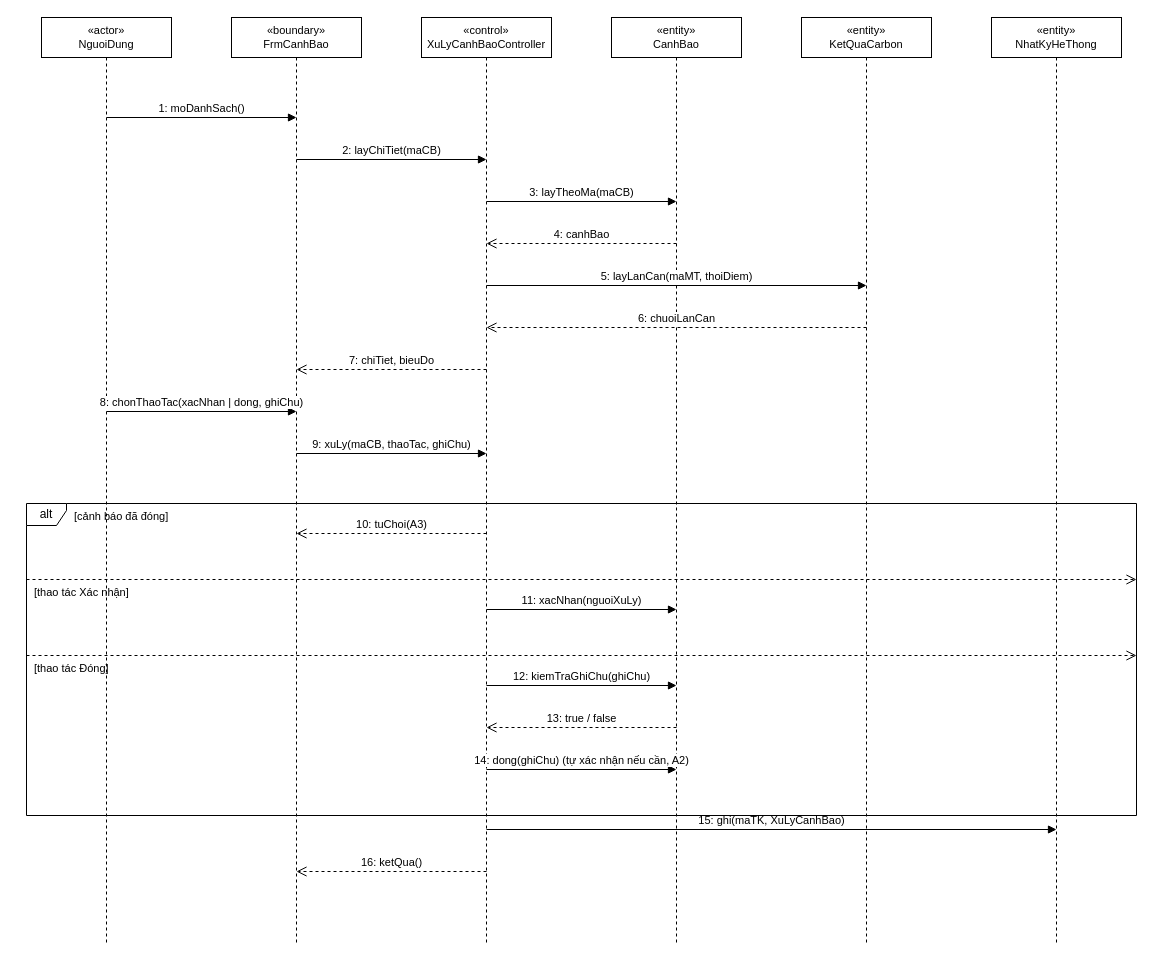
TranThienNhan8279/GreenDash keeps this draw.io diagram as docs/diagrams/03_TuanTu/UC_GD_016_Sequence_XuLyCanhBao.drawio. Above is the earlier version. Source tidied: cells renumbered, new cells numbered last; positions are measured from the earlier drawing's top-left corner, leaving out a move shared by most shapes. Both pictures are drawn from the tidied source at 100%, with x=0, y=0 at pixel (26, 17).
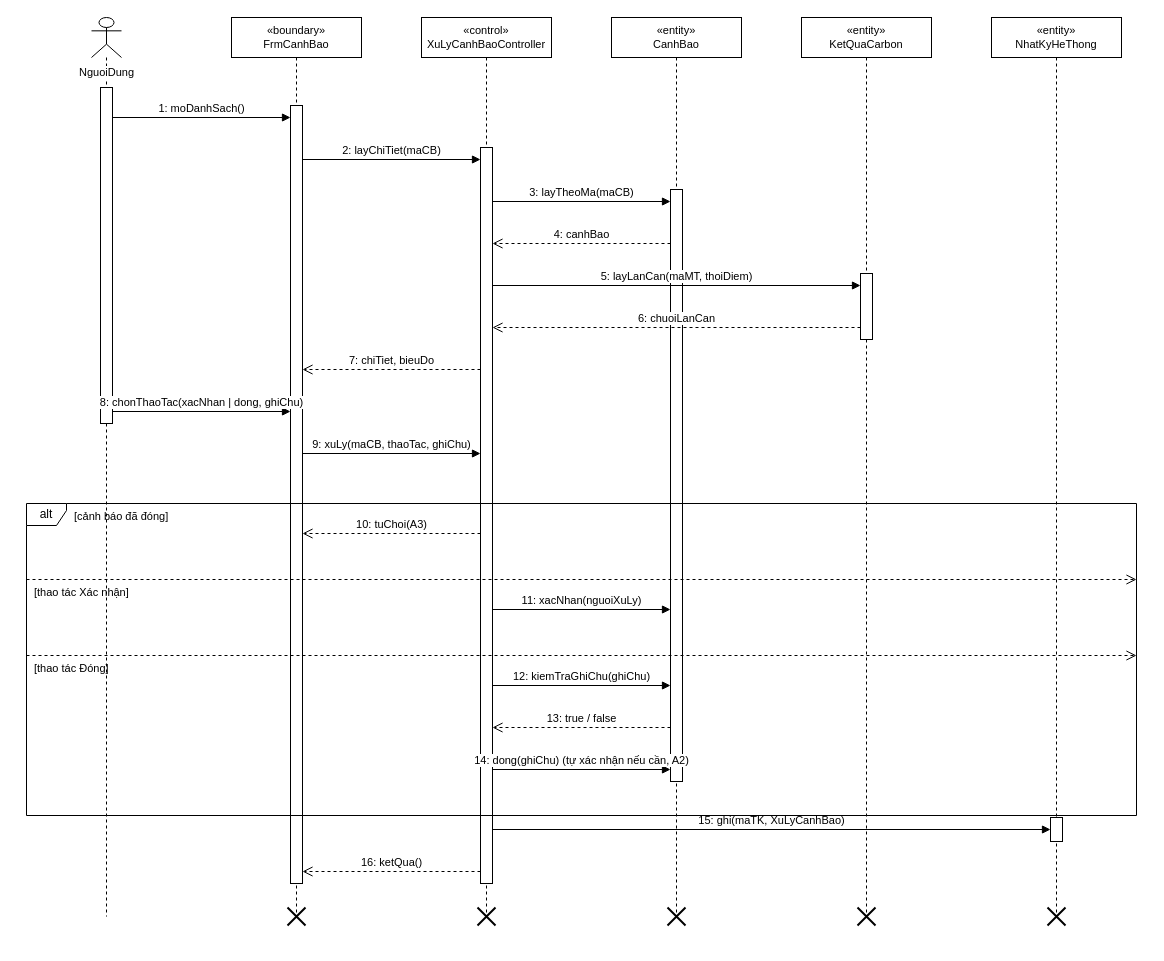
The same diagram, later.

The edit, as a diff of the source:
```diff
@@
-    <mxCell id="2" value="«actor»&lt;br&gt;NguoiDung" style="shape=umlLifeline;perimeter=lifelinePerimeter;whiteSpace=wrap;html=1;fontSize=11;" parent="1" vertex="1">
-      <mxGeometry x="15" width="130" height="926" as="geometry" />
+    <mxCell id="2" value="NguoiDung" style="shape=umlLifeline;participant=umlActor;verticalAlign=top;spacingTop=42;labelBackgroundColor=#ffffff;perimeter=lifelinePerimeter;whiteSpace=nowrap;html=1;fontSize=11;" parent="1" vertex="1">
+      <mxGeometry x="65" width="30" height="899" as="geometry" />
     </mxCell>
     <mxCell id="3" value="«boundary»&lt;br&gt;FrmCanhBao" style="shape=umlLifeline;perimeter=lifelinePerimeter;whiteSpace=wrap;html=1;fontSize=11;" parent="1" vertex="1">
-      <mxGeometry x="205" width="130" height="926" as="geometry" />
+      <mxGeometry x="205" width="130" height="899" as="geometry" />
     </mxCell>
     <mxCell id="4" value="«control»&lt;br&gt;XuLyCanhBaoController" style="shape=umlLifeline;perimeter=lifelinePerimeter;whiteSpace=wrap;html=1;fontSize=11;" parent="1" vertex="1">
-      <mxGeometry x="395" width="130" height="926" as="geometry" />
+      <mxGeometry x="395" width="130" height="899" as="geometry" />
     </mxCell>
     <mxCell id="5" value="«entity»&lt;br&gt;CanhBao" style="shape=umlLifeline;perimeter=lifelinePerimeter;whiteSpace=wrap;html=1;fontSize=11;" parent="1" vertex="1">
-      <mxGeometry x="585" width="130" height="926" as="geometry" />
+      <mxGeometry x="585" width="130" height="899" as="geometry" />
     </mxCell>
     <mxCell id="6" value="«entity»&lt;br&gt;KetQuaCarbon" style="shape=umlLifeline;perimeter=lifelinePerimeter;whiteSpace=wrap;html=1;fontSize=11;" parent="1" vertex="1">
-      <mxGeometry x="775" width="130" height="926" as="geometry" />
+      <mxGeometry x="775" width="130" height="899" as="geometry" />
     </mxCell>
     <mxCell id="7" value="«entity»&lt;br&gt;NhatKyHeThong" style="shape=umlLifeline;perimeter=lifelinePerimeter;whiteSpace=wrap;html=1;fontSize=11;" parent="1" vertex="1">
-      <mxGeometry x="965" width="130" height="926" as="geometry" />
+      <mxGeometry x="965" width="130" height="899" as="geometry" />
     </mxCell>
+    <mxCell id="30" style="html=1;perimeter=orthogonalPerimeter;fillColor=#ffffff;strokeColor=#000000;" parent="1" vertex="1">
+      <mxGeometry x="74" y="70" width="12" height="336" as="geometry" />
+    </mxCell>
+    <mxCell id="31" style="html=1;perimeter=orthogonalPerimeter;fillColor=#ffffff;strokeColor=#000000;" parent="1" vertex="1">
+      <mxGeometry x="264" y="88" width="12" height="778" as="geometry" />
+    </mxCell>
+    <mxCell id="32" style="shape=umlDestroy;html=1;strokeWidth=2;strokeColor=#000000;" parent="1" vertex="1">
+      <mxGeometry x="261" y="890" width="18" height="18" as="geometry" />
+    </mxCell>
+    <mxCell id="33" style="html=1;perimeter=orthogonalPerimeter;fillColor=#ffffff;strokeColor=#000000;" parent="1" vertex="1">
+      <mxGeometry x="454" y="130" width="12" height="736" as="geometry" />
+    </mxCell>
+    <mxCell id="34" style="shape=umlDestroy;html=1;strokeWidth=2;strokeColor=#000000;" parent="1" vertex="1">
+      <mxGeometry x="451" y="890" width="18" height="18" as="geometry" />
+    </mxCell>
+    <mxCell id="35" style="html=1;perimeter=orthogonalPerimeter;fillColor=#ffffff;strokeColor=#000000;" parent="1" vertex="1">
+      <mxGeometry x="644" y="172" width="12" height="592" as="geometry" />
+    </mxCell>
+    <mxCell id="36" style="shape=umlDestroy;html=1;strokeWidth=2;strokeColor=#000000;" parent="1" vertex="1">
+      <mxGeometry x="641" y="890" width="18" height="18" as="geometry" />
+    </mxCell>
+    <mxCell id="37" style="html=1;perimeter=orthogonalPerimeter;fillColor=#ffffff;strokeColor=#000000;" parent="1" vertex="1">
+      <mxGeometry x="834" y="256" width="12" height="66" as="geometry" />
+    </mxCell>
+    <mxCell id="38" style="shape=umlDestroy;html=1;strokeWidth=2;strokeColor=#000000;" parent="1" vertex="1">
+      <mxGeometry x="831" y="890" width="18" height="18" as="geometry" />
+    </mxCell>
+    <mxCell id="39" style="html=1;perimeter=orthogonalPerimeter;fillColor=#ffffff;strokeColor=#000000;" parent="1" vertex="1">
+      <mxGeometry x="1024" y="800" width="12" height="24" as="geometry" />
+    </mxCell>
+    <mxCell id="40" style="shape=umlDestroy;html=1;strokeWidth=2;strokeColor=#000000;" parent="1" vertex="1">
+      <mxGeometry x="1021" y="890" width="18" height="18" as="geometry" />
+    </mxCell>
     <mxCell id="8" value="1: moDanhSach()" style="html=1;verticalAlign=bottom;endArrow=block;endFill=1;" parent="1" edge="1">
       <mxGeometry relative="1" as="geometry">
-        <mxPoint x="80" y="100" as="sourcePoint" />
-        <mxPoint x="270" y="100" as="targetPoint" />
+        <mxPoint x="86" y="100" as="sourcePoint" />
+        <mxPoint x="264" y="100" as="targetPoint" />
       </mxGeometry>
     </mxCell>
     <mxCell id="9" value="2: layChiTiet(maCB)" style="html=1;verticalAlign=bottom;endArrow=block;endFill=1;" parent="1" edge="1">
       <mxGeometry relative="1" as="geometry">
-        <mxPoint x="270" y="142" as="sourcePoint" />
-        <mxPoint x="460" y="142" as="targetPoint" />
+        <mxPoint x="276" y="142" as="sourcePoint" />
+        <mxPoint x="454" y="142" as="targetPoint" />
       </mxGeometry>
     </mxCell>
     <mxCell id="10" value="3: layTheoMa(maCB)" style="html=1;verticalAlign=bottom;endArrow=block;endFill=1;" parent="1" edge="1">
       <mxGeometry relative="1" as="geometry">
-        <mxPoint x="460" y="184" as="sourcePoint" />
-        <mxPoint x="650" y="184" as="targetPoint" />
+        <mxPoint x="466" y="184" as="sourcePoint" />
+        <mxPoint x="644" y="184" as="targetPoint" />
       </mxGeometry>
     </mxCell>
     <mxCell id="11" value="4: canhBao" style="html=1;verticalAlign=bottom;endArrow=open;endSize=8;dashed=1;" parent="1" edge="1">
       <mxGeometry relative="1" as="geometry">
-        <mxPoint x="650" y="226" as="sourcePoint" />
-        <mxPoint x="460" y="226" as="targetPoint" />
+        <mxPoint x="644" y="226" as="sourcePoint" />
+        <mxPoint x="466" y="226" as="targetPoint" />
       </mxGeometry>
     </mxCell>
     <mxCell id="12" value="5: layLanCan(maMT, thoiDiem)" style="html=1;verticalAlign=bottom;endArrow=block;endFill=1;" parent="1" edge="1">
       <mxGeometry relative="1" as="geometry">
-        <mxPoint x="460" y="268" as="sourcePoint" />
-        <mxPoint x="840" y="268" as="targetPoint" />
+        <mxPoint x="466" y="268" as="sourcePoint" />
+        <mxPoint x="834" y="268" as="targetPoint" />
       </mxGeometry>
     </mxCell>
     <mxCell id="13" value="6: chuoiLanCan" style="html=1;verticalAlign=bottom;endArrow=open;endSize=8;dashed=1;" parent="1" edge="1">
       <mxGeometry relative="1" as="geometry">
-        <mxPoint x="840" y="310" as="sourcePoint" />
-        <mxPoint x="460" y="310" as="targetPoint" />
+        <mxPoint x="834" y="310" as="sourcePoint" />
+        <mxPoint x="466" y="310" as="targetPoint" />
       </mxGeometry>
     </mxCell>
     <mxCell id="14" value="7: chiTiet, bieuDo" style="html=1;verticalAlign=bottom;endArrow=open;endSize=8;dashed=1;" parent="1" edge="1">
       <mxGeometry relative="1" as="geometry">
-        <mxPoint x="460" y="352" as="sourcePoint" />
-        <mxPoint x="270" y="352" as="targetPoint" />
+        <mxPoint x="454" y="352" as="sourcePoint" />
+        <mxPoint x="276" y="352" as="targetPoint" />
       </mxGeometry>
     </mxCell>
     <mxCell id="15" value="8: chonThaoTac(xacNhan | dong, ghiChu)" style="html=1;verticalAlign=bottom;endArrow=block;endFill=1;" parent="1" edge="1">
       <mxGeometry relative="1" as="geometry">
-        <mxPoint x="80" y="394" as="sourcePoint" />
-        <mxPoint x="270" y="394" as="targetPoint" />
+        <mxPoint x="86" y="394" as="sourcePoint" />
+        <mxPoint x="264" y="394" as="targetPoint" />
       </mxGeometry>
     </mxCell>
     <mxCell id="16" value="9: xuLy(maCB, thaoTac, ghiChu)" style="html=1;verticalAlign=bottom;endArrow=block;endFill=1;" parent="1" edge="1">
       <mxGeometry relative="1" as="geometry">
-        <mxPoint x="270" y="436" as="sourcePoint" />
-        <mxPoint x="460" y="436" as="targetPoint" />
+        <mxPoint x="276" y="436" as="sourcePoint" />
+        <mxPoint x="454" y="436" as="targetPoint" />
       </mxGeometry>
     </mxCell>
     <mxCell id="17" value="10: tuChoi(A3)" style="html=1;verticalAlign=bottom;endArrow=open;endSize=8;dashed=1;" parent="1" edge="1">
       <mxGeometry relative="1" as="geometry">
-        <mxPoint x="460" y="516" as="sourcePoint" />
-        <mxPoint x="270" y="516" as="targetPoint" />
+        <mxPoint x="454" y="516" as="sourcePoint" />
+        <mxPoint x="276" y="516" as="targetPoint" />
       </mxGeometry>
     </mxCell>
     <mxCell id="18" value="11: xacNhan(nguoiXuLy)" style="html=1;verticalAlign=bottom;endArrow=block;endFill=1;" parent="1" edge="1">
       <mxGeometry relative="1" as="geometry">
-        <mxPoint x="460" y="592" as="sourcePoint" />
-        <mxPoint x="650" y="592" as="targetPoint" />
+        <mxPoint x="466" y="592" as="sourcePoint" />
+        <mxPoint x="644" y="592" as="targetPoint" />
       </mxGeometry>
     </mxCell>
     <mxCell id="19" value="12: kiemTraGhiChu(ghiChu)" style="html=1;verticalAlign=bottom;endArrow=block;endFill=1;" parent="1" edge="1">
       <mxGeometry relative="1" as="geometry">
-        <mxPoint x="460" y="668" as="sourcePoint" />
-        <mxPoint x="650" y="668" as="targetPoint" />
+        <mxPoint x="466" y="668" as="sourcePoint" />
+        <mxPoint x="644" y="668" as="targetPoint" />
       </mxGeometry>
     </mxCell>
     <mxCell id="20" value="13: true / false" style="html=1;verticalAlign=bottom;endArrow=open;endSize=8;dashed=1;" parent="1" edge="1">
       <mxGeometry relative="1" as="geometry">
-        <mxPoint x="650" y="710" as="sourcePoint" />
-        <mxPoint x="460" y="710" as="targetPoint" />
+        <mxPoint x="644" y="710" as="sourcePoint" />
+        <mxPoint x="466" y="710" as="targetPoint" />
       </mxGeometry>
     </mxCell>
     <mxCell id="21" value="14: dong(ghiChu)  (tự xác nhận nếu cần, A2)" style="html=1;verticalAlign=bottom;endArrow=block;endFill=1;" parent="1" edge="1">
       <mxGeometry relative="1" as="geometry">
-        <mxPoint x="460" y="752" as="sourcePoint" />
-        <mxPoint x="650" y="752" as="targetPoint" />
+        <mxPoint x="466" y="752" as="sourcePoint" />
+        <mxPoint x="644" y="752" as="targetPoint" />
       </mxGeometry>
     </mxCell>
     <mxCell id="22" value="15: ghi(maTK, XuLyCanhBao)" style="html=1;verticalAlign=bottom;endArrow=block;endFill=1;" parent="1" edge="1">
       <mxGeometry relative="1" as="geometry">
-        <mxPoint x="460" y="812" as="sourcePoint" />
-        <mxPoint x="1030" y="812" as="targetPoint" />
+        <mxPoint x="466" y="812" as="sourcePoint" />
+        <mxPoint x="1024" y="812" as="targetPoint" />
       </mxGeometry>
     </mxCell>
     <mxCell id="23" value="16: ketQua()" style="html=1;verticalAlign=bottom;endArrow=open;endSize=8;dashed=1;" parent="1" edge="1">
       <mxGeometry relative="1" as="geometry">
-        <mxPoint x="460" y="854" as="sourcePoint" />
-        <mxPoint x="270" y="854" as="targetPoint" />
+        <mxPoint x="454" y="854" as="sourcePoint" />
+        <mxPoint x="276" y="854" as="targetPoint" />
       </mxGeometry>
     </mxCell>
```
